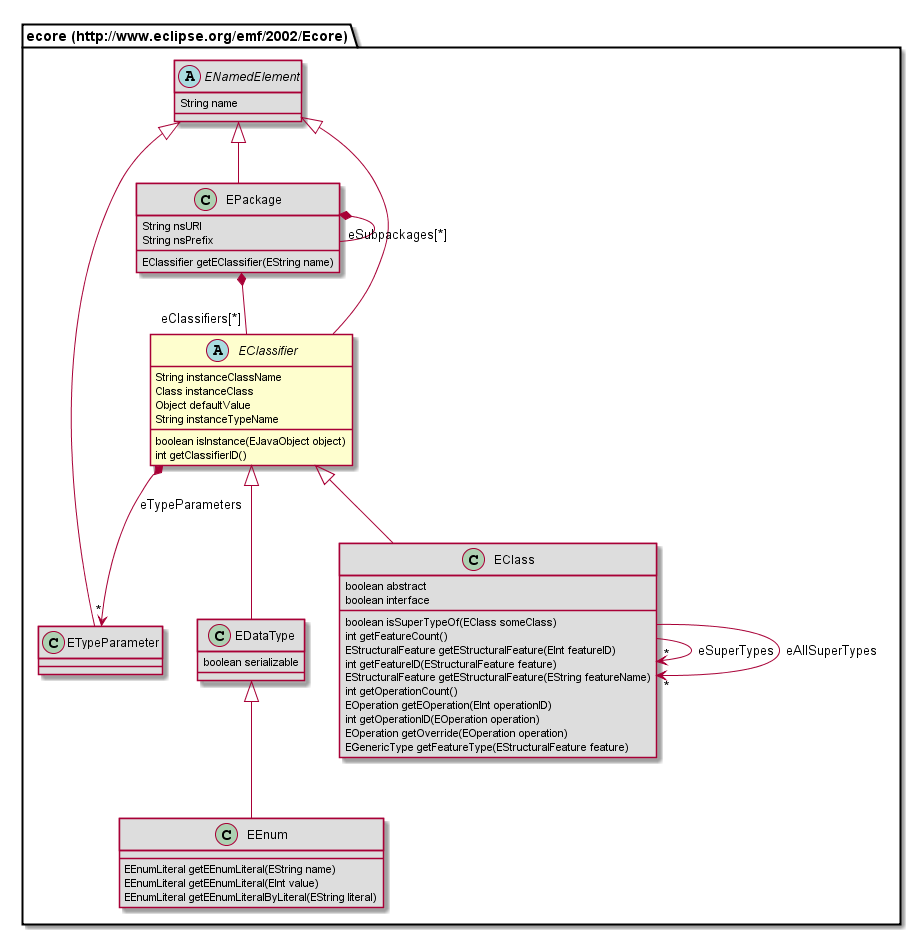
Above: org.nasdanika.config/modeldoc/site/687474703a2f2f7777772e65636c697073652e6f72672f656d662f323030322f45636f7265/EClassifier.png in Nasdanika/config (PlantUML), before the change. Its diagram source:
```plantuml
@startuml
abstract class "ecore (http://www.eclipse.org/emf/2002/Ecore).EClassifier" {
	String instanceClassName
	Class instanceClass
	Object defaultValue
	String instanceTypeName
	boolean isInstance(EJavaObject object)
	int getClassifierID()
}
abstract class "ecore (http://www.eclipse.org/emf/2002/Ecore).ENamedElement" #DDDDDD {
	String name
}
class "ecore (http://www.eclipse.org/emf/2002/Ecore).EPackage" #DDDDDD {
	String nsURI
	String nsPrefix
	EClassifier getEClassifier(EString name)
}
class "ecore (http://www.eclipse.org/emf/2002/Ecore).EEnum" #DDDDDD {
	EEnumLiteral getEEnumLiteral(EString name)
	EEnumLiteral getEEnumLiteral(EInt value)
	EEnumLiteral getEEnumLiteralByLiteral(EString literal)
}
class "ecore (http://www.eclipse.org/emf/2002/Ecore).EDataType" #DDDDDD {
	boolean serializable
}
class "ecore (http://www.eclipse.org/emf/2002/Ecore).ETypeParameter" #DDDDDD {
}
class "ecore (http://www.eclipse.org/emf/2002/Ecore).EClass" #DDDDDD {
	boolean abstract
	boolean interface
	boolean isSuperTypeOf(EClass someClass)
	int getFeatureCount()
	EStructuralFeature getEStructuralFeature(EInt featureID)
	int getFeatureID(EStructuralFeature feature)
	EStructuralFeature getEStructuralFeature(EString featureName)
	int getOperationCount()
	EOperation getEOperation(EInt operationID)
	int getOperationID(EOperation operation)
	EOperation getOverride(EOperation operation)
	EGenericType getFeatureType(EStructuralFeature feature)
}
"ecore (http://www.eclipse.org/emf/2002/Ecore).ENamedElement" <|-- "ecore (http://www.eclipse.org/emf/2002/Ecore).EPackage"
"ecore (http://www.eclipse.org/emf/2002/Ecore).ENamedElement" <|-- "ecore (http://www.eclipse.org/emf/2002/Ecore).EClassifier"
"ecore (http://www.eclipse.org/emf/2002/Ecore).EDataType" <|-- "ecore (http://www.eclipse.org/emf/2002/Ecore).EEnum"
"ecore (http://www.eclipse.org/emf/2002/Ecore).EClassifier" <|-- "ecore (http://www.eclipse.org/emf/2002/Ecore).EDataType"
"ecore (http://www.eclipse.org/emf/2002/Ecore).ENamedElement" <|-- "ecore (http://www.eclipse.org/emf/2002/Ecore).ETypeParameter"
"ecore (http://www.eclipse.org/emf/2002/Ecore).EClassifier" <|-- "ecore (http://www.eclipse.org/emf/2002/Ecore).EClass"
"ecore (http://www.eclipse.org/emf/2002/Ecore).EPackage" *-- "eClassifiers[*]" "ecore (http://www.eclipse.org/emf/2002/Ecore).EClassifier"
"ecore (http://www.eclipse.org/emf/2002/Ecore).EPackage" *-- "eSubpackages[*]" "ecore (http://www.eclipse.org/emf/2002/Ecore).EPackage"
"ecore (http://www.eclipse.org/emf/2002/Ecore).EClassifier" *--> "*" "ecore (http://www.eclipse.org/emf/2002/Ecore).ETypeParameter" : eTypeParameters
"ecore (http://www.eclipse.org/emf/2002/Ecore).EClass" --> "*" "ecore (http://www.eclipse.org/emf/2002/Ecore).EClass" : eSuperTypes
"ecore (http://www.eclipse.org/emf/2002/Ecore).EClass" --> "*" "ecore (http://www.eclipse.org/emf/2002/Ecore).EClass" : eAllSuperTypes
@enduml
```
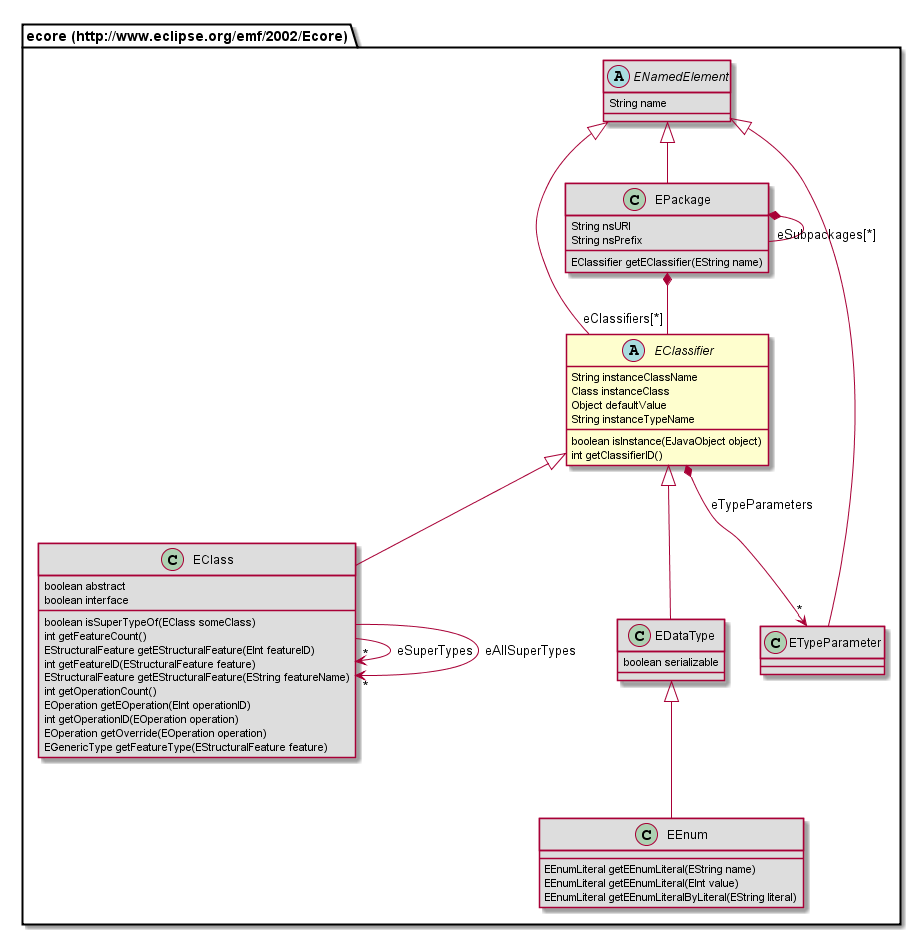
The same file after the commit.

The edit, as a diff of the source:
```diff
@@ -7,23 +7,20 @@
 	boolean isInstance(EJavaObject object)
 	int getClassifierID()
 }
-abstract class "ecore (http://www.eclipse.org/emf/2002/Ecore).ENamedElement" #DDDDDD {
-	String name
+class "ecore (http://www.eclipse.org/emf/2002/Ecore).ETypeParameter" #DDDDDD {
+}
+class "ecore (http://www.eclipse.org/emf/2002/Ecore).EEnum" #DDDDDD {
+	EEnumLiteral getEEnumLiteral(EString name)
+	EEnumLiteral getEEnumLiteral(EInt value)
+	EEnumLiteral getEEnumLiteralByLiteral(EString literal)
 }
 class "ecore (http://www.eclipse.org/emf/2002/Ecore).EPackage" #DDDDDD {
 	String nsURI
 	String nsPrefix
 	EClassifier getEClassifier(EString name)
 }
-class "ecore (http://www.eclipse.org/emf/2002/Ecore).EEnum" #DDDDDD {
-	EEnumLiteral getEEnumLiteral(EString name)
-	EEnumLiteral getEEnumLiteral(EInt value)
-	EEnumLiteral getEEnumLiteralByLiteral(EString literal)
-}
-class "ecore (http://www.eclipse.org/emf/2002/Ecore).EDataType" #DDDDDD {
-	boolean serializable
-}
-class "ecore (http://www.eclipse.org/emf/2002/Ecore).ETypeParameter" #DDDDDD {
+abstract class "ecore (http://www.eclipse.org/emf/2002/Ecore).ENamedElement" #DDDDDD {
+	String name
 }
 class "ecore (http://www.eclipse.org/emf/2002/Ecore).EClass" #DDDDDD {
 	boolean abstract
@@ -39,12 +36,15 @@
 	EOperation getOverride(EOperation operation)
 	EGenericType getFeatureType(EStructuralFeature feature)
 }
+class "ecore (http://www.eclipse.org/emf/2002/Ecore).EDataType" #DDDDDD {
+	boolean serializable
+}
+"ecore (http://www.eclipse.org/emf/2002/Ecore).ENamedElement" <|-- "ecore (http://www.eclipse.org/emf/2002/Ecore).ETypeParameter"
+"ecore (http://www.eclipse.org/emf/2002/Ecore).EDataType" <|-- "ecore (http://www.eclipse.org/emf/2002/Ecore).EEnum"
 "ecore (http://www.eclipse.org/emf/2002/Ecore).ENamedElement" <|-- "ecore (http://www.eclipse.org/emf/2002/Ecore).EPackage"
 "ecore (http://www.eclipse.org/emf/2002/Ecore).ENamedElement" <|-- "ecore (http://www.eclipse.org/emf/2002/Ecore).EClassifier"
-"ecore (http://www.eclipse.org/emf/2002/Ecore).EDataType" <|-- "ecore (http://www.eclipse.org/emf/2002/Ecore).EEnum"
+"ecore (http://www.eclipse.org/emf/2002/Ecore).EClassifier" <|-- "ecore (http://www.eclipse.org/emf/2002/Ecore).EClass"
 "ecore (http://www.eclipse.org/emf/2002/Ecore).EClassifier" <|-- "ecore (http://www.eclipse.org/emf/2002/Ecore).EDataType"
-"ecore (http://www.eclipse.org/emf/2002/Ecore).ENamedElement" <|-- "ecore (http://www.eclipse.org/emf/2002/Ecore).ETypeParameter"
-"ecore (http://www.eclipse.org/emf/2002/Ecore).EClassifier" <|-- "ecore (http://www.eclipse.org/emf/2002/Ecore).EClass"
 "ecore (http://www.eclipse.org/emf/2002/Ecore).EPackage" *-- "eClassifiers[*]" "ecore (http://www.eclipse.org/emf/2002/Ecore).EClassifier"
 "ecore (http://www.eclipse.org/emf/2002/Ecore).EPackage" *-- "eSubpackages[*]" "ecore (http://www.eclipse.org/emf/2002/Ecore).EPackage"
 "ecore (http://www.eclipse.org/emf/2002/Ecore).EClassifier" *--> "*" "ecore (http://www.eclipse.org/emf/2002/Ecore).ETypeParameter" : eTypeParameters
```
